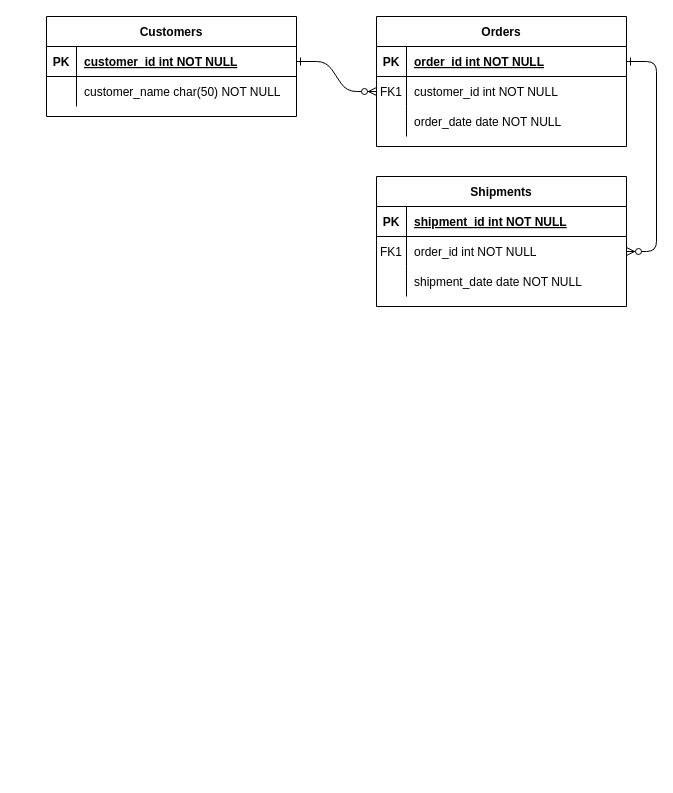
AidosRy/anel keeps this draw.io diagram as Untitled Diagram.drawio. Above is the earlier version. Source tidied: cells renumbered, new cells numbered last; positions are measured from the earlier drawing's top-left corner, leaving out a move shared by most shapes. Both pictures are drawn from the tidied source at 100%, with x=0, y=0 at pixel (46, 16).
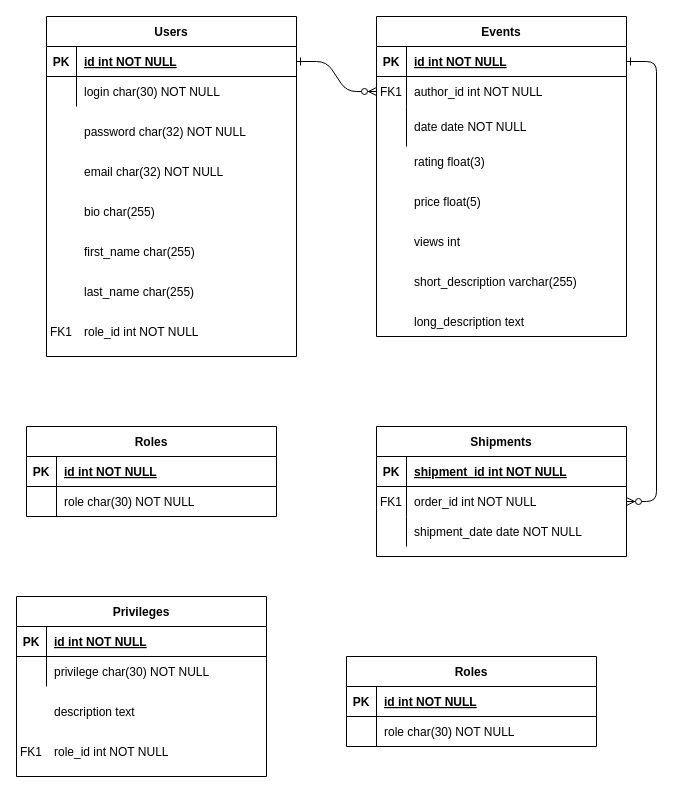
Above is the later version.

The change refers to these unchanged cells:
```xml
<mxCell id="5" style="shape=partialRectangle;fillColor=none;points=[[0,0.5],[1,0.5]];portConstraint=eastwest;top=0;left=0;right=0;bottom=1;" parent="4" vertex="1">
  <mxGeometry y="30" width="250" height="30" as="geometry" />
</mxCell>
<mxCell id="8" style="shape=partialRectangle;fillColor=none;points=[[0,0.5],[1,0.5]];portConstraint=eastwest;top=0;left=0;right=0;bottom=0;" parent="4" vertex="1">
  <mxGeometry y="60" width="250" height="30" as="geometry" />
</mxCell>
<mxCell id="25" style="shape=partialRectangle;fillColor=none;points=[[0,0.5],[1,0.5]];portConstraint=eastwest;top=0;left=0;right=0;bottom=1;" parent="24" vertex="1">
  <mxGeometry y="30" width="250" height="30" as="geometry" />
</mxCell>
<mxCell id="28" style="shape=partialRectangle;fillColor=none;top=0;left=0;right=0;bottom=0;" parent="24" vertex="1">
  <mxGeometry y="60" width="250" height="30" as="geometry" />
</mxCell>
```

What changed in the source:
```diff
@@
-    <mxCell id="4" value="Orders" style="shape=table;startSize=30;childLayout=tableLayout;rowLines=0;fontStyle=1;align=center;" parent="1" vertex="1">
-      <mxGeometry x="330" width="250" height="130" as="geometry" />
+    <mxCell id="4" value="Events" style="shape=table;startSize=30;childLayout=tableLayout;rowLines=0;fontStyle=1;align=center;" parent="1" vertex="1">
+      <mxGeometry x="330" width="250" height="320" as="geometry" />
     </mxCell>
@@
-    <mxCell id="7" value="order_id int NOT NULL " style="shape=partialRectangle;overflow=hidden;fillColor=none;top=0;left=0;bottom=0;right=0;align=left;spacingLeft=6;fontStyle=5;" parent="5" vertex="1">
+    <mxCell id="7" value="id int NOT NULL " style="shape=partialRectangle;overflow=hidden;fillColor=none;top=0;left=0;bottom=0;right=0;align=left;spacingLeft=6;fontStyle=5;" parent="5" vertex="1">
       <mxGeometry x="30" width="220" height="30" as="geometry" />
     </mxCell>
@@
-    <mxCell id="10" value="customer_id int NOT NULL" style="shape=partialRectangle;overflow=hidden;fillColor=none;top=0;left=0;bottom=0;right=0;align=left;spacingLeft=6;" parent="8" vertex="1">
+    <mxCell id="10" value="author_id int NOT NULL" style="shape=partialRectangle;overflow=hidden;fillColor=none;top=0;left=0;bottom=0;right=0;align=left;spacingLeft=6;" parent="8" vertex="1">
       <mxGeometry x="30" width="220" height="30" as="geometry" />
     </mxCell>
     <mxCell id="11" style="shape=partialRectangle;fillColor=none;top=0;left=0;right=0;bottom=0;" parent="4" vertex="1">
-      <mxGeometry y="90" width="250" height="30" as="geometry" />
+      <mxGeometry y="90" width="250" height="40" as="geometry" />
     </mxCell>
     <mxCell id="12" style="shape=partialRectangle;overflow=hidden;fillColor=none;top=0;left=0;bottom=0;right=0;" parent="11" vertex="1">
-      <mxGeometry width="30" height="30" as="geometry" />
+      <mxGeometry width="30" height="40" as="geometry" />
     </mxCell>
-    <mxCell id="13" value="order_date date NOT NULL" style="shape=partialRectangle;overflow=hidden;fillColor=none;top=0;left=0;bottom=0;right=0;align=left;spacingLeft=6;" parent="11" vertex="1">
-      <mxGeometry x="30" width="220" height="30" as="geometry" />
+    <mxCell id="13" value="date date NOT NULL" style="shape=partialRectangle;overflow=hidden;fillColor=none;top=0;left=0;bottom=0;right=0;align=left;spacingLeft=6;" parent="11" vertex="1">
+      <mxGeometry x="30" width="220" height="40" as="geometry" />
     </mxCell>
     <mxCell id="14" value="Shipments" style="shape=table;startSize=30;childLayout=tableLayout;rowLines=0;fontStyle=1;align=center;" parent="1" vertex="1">
-      <mxGeometry x="330" y="160" width="250" height="130" as="geometry" />
+      <mxGeometry x="330" y="410" width="250" height="130" as="geometry" />
     </mxCell>
@@
-    <mxCell id="24" value="Customers" style="shape=table;startSize=30;childLayout=tableLayout;rowLines=0;fontStyle=1;align=center;" parent="1" vertex="1">
-      <mxGeometry width="250" height="100" as="geometry" />
+    <mxCell id="24" value="Users" style="shape=table;startSize=30;childLayout=tableLayout;rowLines=0;fontStyle=1;align=center;" parent="1" vertex="1">
+      <mxGeometry width="250" height="340" as="geometry" />
     </mxCell>
@@
-    <mxCell id="27" value="customer_id int NOT NULL " style="shape=partialRectangle;overflow=hidden;fillColor=none;top=0;left=0;bottom=0;right=0;align=left;spacingLeft=6;fontStyle=5;" parent="25" vertex="1">
+    <mxCell id="27" value="id int NOT NULL " style="shape=partialRectangle;overflow=hidden;fillColor=none;top=0;left=0;bottom=0;right=0;align=left;spacingLeft=6;fontStyle=5;" parent="25" vertex="1">
       <mxGeometry x="30" width="220" height="30" as="geometry" />
     </mxCell>
@@
-    <mxCell id="30" value="customer_name char(50) NOT NULL" style="shape=partialRectangle;overflow=hidden;fillColor=none;top=0;left=0;bottom=0;right=0;align=left;spacingLeft=6;" parent="28" vertex="1">
+    <mxCell id="30" value="login char(30) NOT NULL" style="shape=partialRectangle;overflow=hidden;fillColor=none;top=0;left=0;bottom=0;right=0;align=left;spacingLeft=6;" parent="28" vertex="1">
       <mxGeometry x="30" width="220" height="30" as="geometry" />
     </mxCell>
+    <mxCell id="31" value="rating float(3)" style="shape=partialRectangle;overflow=hidden;fillColor=none;top=0;left=0;bottom=0;right=0;align=left;spacingLeft=6;" parent="1" vertex="1">
+      <mxGeometry x="360" y="130" width="220" height="30" as="geometry" />
+    </mxCell>
+    <mxCell id="32" value="price float(5)" style="shape=partialRectangle;overflow=hidden;fillColor=none;top=0;left=0;bottom=0;right=0;align=left;spacingLeft=6;" parent="1" vertex="1">
+      <mxGeometry x="360" y="170" width="220" height="30" as="geometry" />
+    </mxCell>
+    <mxCell id="33" value="views int" style="shape=partialRectangle;overflow=hidden;fillColor=none;top=0;left=0;bottom=0;right=0;align=left;spacingLeft=6;" parent="1" vertex="1">
+      <mxGeometry x="360" y="210" width="220" height="30" as="geometry" />
+    </mxCell>
+    <mxCell id="34" value="short_description varchar(255)" style="shape=partialRectangle;overflow=hidden;fillColor=none;top=0;left=0;bottom=0;right=0;align=left;spacingLeft=6;" parent="1" vertex="1">
+      <mxGeometry x="360" y="250" width="220" height="30" as="geometry" />
+    </mxCell>
+    <mxCell id="35" value="long_description text" style="shape=partialRectangle;overflow=hidden;fillColor=none;top=0;left=0;bottom=0;right=0;align=left;spacingLeft=6;" parent="1" vertex="1">
+      <mxGeometry x="360" y="290" width="220" height="30" as="geometry" />
+    </mxCell>
+    <mxCell id="36" value="password char(32) NOT NULL" style="shape=partialRectangle;overflow=hidden;fillColor=none;top=0;left=0;bottom=0;right=0;align=left;spacingLeft=6;" parent="1" vertex="1">
+      <mxGeometry x="30" y="100" width="220" height="30" as="geometry" />
+    </mxCell>
+    <mxCell id="37" value="email char(32) NOT NULL" style="shape=partialRectangle;overflow=hidden;fillColor=none;top=0;left=0;bottom=0;right=0;align=left;spacingLeft=6;" parent="1" vertex="1">
+      <mxGeometry x="30" y="140" width="220" height="30" as="geometry" />
+    </mxCell>
+    <mxCell id="38" value="bio char(255)" style="shape=partialRectangle;overflow=hidden;fillColor=none;top=0;left=0;bottom=0;right=0;align=left;spacingLeft=6;" parent="1" vertex="1">
+      <mxGeometry x="30" y="180" width="220" height="30" as="geometry" />
+    </mxCell>
+    <mxCell id="39" value="first_name char(255)" style="shape=partialRectangle;overflow=hidden;fillColor=none;top=0;left=0;bottom=0;right=0;align=left;spacingLeft=6;" parent="1" vertex="1">
+      <mxGeometry x="30" y="220" width="220" height="30" as="geometry" />
+    </mxCell>
+    <mxCell id="40" value="last_name char(255)" style="shape=partialRectangle;overflow=hidden;fillColor=none;top=0;left=0;bottom=0;right=0;align=left;spacingLeft=6;" parent="1" vertex="1">
+      <mxGeometry x="30" y="260" width="220" height="30" as="geometry" />
+    </mxCell>
+    <mxCell id="41" value="role_id int NOT NULL" style="shape=partialRectangle;overflow=hidden;fillColor=none;top=0;left=0;bottom=0;right=0;align=left;spacingLeft=6;" parent="1" vertex="1">
+      <mxGeometry x="30" y="300" width="220" height="30" as="geometry" />
+    </mxCell>
+    <mxCell id="42" value="FK1" style="shape=partialRectangle;overflow=hidden;fillColor=none;top=0;left=0;bottom=0;right=0;" parent="1" vertex="1">
+      <mxGeometry y="300" width="30" height="30" as="geometry" />
+    </mxCell>
+    <mxCell id="43" value="Roles" style="shape=table;startSize=30;childLayout=tableLayout;rowLines=0;fontStyle=1;align=center;" parent="1" vertex="1">
+      <mxGeometry x="-20" y="410" width="250" height="90" as="geometry" />
+    </mxCell>
+    <mxCell id="44" style="shape=partialRectangle;fillColor=none;top=0;left=0;right=0;bottom=1;" parent="43" vertex="1">
+      <mxGeometry y="30" width="250" height="30" as="geometry" />
+    </mxCell>
+    <mxCell id="45" value="PK" style="shape=partialRectangle;overflow=hidden;fillColor=none;top=0;left=0;bottom=0;right=0;fontStyle=1;" parent="44" vertex="1">
+      <mxGeometry width="30" height="30" as="geometry" />
+    </mxCell>
+    <mxCell id="46" value="id int NOT NULL " style="shape=partialRectangle;overflow=hidden;fillColor=none;top=0;left=0;bottom=0;right=0;align=left;spacingLeft=6;fontStyle=5;" parent="44" vertex="1">
+      <mxGeometry x="30" width="220" height="30" as="geometry" />
+    </mxCell>
+    <mxCell id="47" style="shape=partialRectangle;fillColor=none;top=0;left=0;right=0;bottom=0;" parent="43" vertex="1">
+      <mxGeometry y="60" width="250" height="30" as="geometry" />
+    </mxCell>
+    <mxCell id="48" style="shape=partialRectangle;overflow=hidden;fillColor=none;top=0;left=0;bottom=0;right=0;" parent="47" vertex="1">
+      <mxGeometry width="30" height="30" as="geometry" />
+    </mxCell>
+    <mxCell id="49" value="role char(30) NOT NULL" style="shape=partialRectangle;overflow=hidden;fillColor=none;top=0;left=0;bottom=0;right=0;align=left;spacingLeft=6;" parent="47" vertex="1">
+      <mxGeometry x="30" width="220" height="30" as="geometry" />
+    </mxCell>
+    <mxCell id="50" value="Privileges" style="shape=table;startSize=30;childLayout=tableLayout;rowLines=0;fontStyle=1;align=center;" parent="1" vertex="1">
+      <mxGeometry x="-30" y="580" width="250" height="180" as="geometry" />
+    </mxCell>
+    <mxCell id="51" style="shape=partialRectangle;fillColor=none;top=0;left=0;right=0;bottom=1;" parent="50" vertex="1">
+      <mxGeometry y="30" width="250" height="30" as="geometry" />
+    </mxCell>
+    <mxCell id="52" value="PK" style="shape=partialRectangle;overflow=hidden;fillColor=none;top=0;left=0;bottom=0;right=0;fontStyle=1;" parent="51" vertex="1">
+      <mxGeometry width="30" height="30" as="geometry" />
+    </mxCell>
+    <mxCell id="53" value="id int NOT NULL " style="shape=partialRectangle;overflow=hidden;fillColor=none;top=0;left=0;bottom=0;right=0;align=left;spacingLeft=6;fontStyle=5;" parent="51" vertex="1">
+      <mxGeometry x="30" width="220" height="30" as="geometry" />
+    </mxCell>
+    <mxCell id="54" style="shape=partialRectangle;fillColor=none;top=0;left=0;right=0;bottom=0;" parent="50" vertex="1">
+      <mxGeometry y="60" width="250" height="30" as="geometry" />
+    </mxCell>
+    <mxCell id="55" style="shape=partialRectangle;overflow=hidden;fillColor=none;top=0;left=0;bottom=0;right=0;" parent="54" vertex="1">
+      <mxGeometry width="30" height="30" as="geometry" />
+    </mxCell>
+    <mxCell id="56" value="privilege char(30) NOT NULL" style="shape=partialRectangle;overflow=hidden;fillColor=none;top=0;left=0;bottom=0;right=0;align=left;spacingLeft=6;" parent="54" vertex="1">
+      <mxGeometry x="30" width="220" height="30" as="geometry" />
+    </mxCell>
+    <mxCell id="57" value="Roles" style="shape=table;startSize=30;childLayout=tableLayout;rowLines=0;fontStyle=1;align=center;" parent="1" vertex="1">
+      <mxGeometry x="300" y="640" width="250" height="90" as="geometry" />
+    </mxCell>
+    <mxCell id="58" style="shape=partialRectangle;fillColor=none;top=0;left=0;right=0;bottom=1;" parent="57" vertex="1">
+      <mxGeometry y="30" width="250" height="30" as="geometry" />
+    </mxCell>
+    <mxCell id="59" value="PK" style="shape=partialRectangle;overflow=hidden;fillColor=none;top=0;left=0;bottom=0;right=0;fontStyle=1;" parent="58" vertex="1">
+      <mxGeometry width="30" height="30" as="geometry" />
+    </mxCell>
+    <mxCell id="60" value="id int NOT NULL " style="shape=partialRectangle;overflow=hidden;fillColor=none;top=0;left=0;bottom=0;right=0;align=left;spacingLeft=6;fontStyle=5;" parent="58" vertex="1">
+      <mxGeometry x="30" width="220" height="30" as="geometry" />
+    </mxCell>
+    <mxCell id="61" style="shape=partialRectangle;fillColor=none;top=0;left=0;right=0;bottom=0;" parent="57" vertex="1">
+      <mxGeometry y="60" width="250" height="30" as="geometry" />
+    </mxCell>
+    <mxCell id="62" style="shape=partialRectangle;overflow=hidden;fillColor=none;top=0;left=0;bottom=0;right=0;" parent="61" vertex="1">
+      <mxGeometry width="30" height="30" as="geometry" />
+    </mxCell>
+    <mxCell id="63" value="role char(30) NOT NULL" style="shape=partialRectangle;overflow=hidden;fillColor=none;top=0;left=0;bottom=0;right=0;align=left;spacingLeft=6;" parent="61" vertex="1">
+      <mxGeometry x="30" width="220" height="30" as="geometry" />
+    </mxCell>
+    <mxCell id="64" value="description text" style="shape=partialRectangle;overflow=hidden;fillColor=none;top=0;left=0;bottom=0;right=0;align=left;spacingLeft=6;" parent="1" vertex="1">
+      <mxGeometry y="680" width="220" height="30" as="geometry" />
+    </mxCell>
+    <mxCell id="65" value="FK1" style="shape=partialRectangle;overflow=hidden;fillColor=none;top=0;left=0;bottom=0;right=0;" parent="1" vertex="1">
+      <mxGeometry x="-30" y="720" width="30" height="30" as="geometry" />
+    </mxCell>
+    <mxCell id="66" value="role_id int NOT NULL" style="shape=partialRectangle;overflow=hidden;fillColor=none;top=0;left=0;bottom=0;right=0;align=left;spacingLeft=6;" parent="1" vertex="1">
+      <mxGeometry y="720" width="220" height="30" as="geometry" />
+    </mxCell>
```
